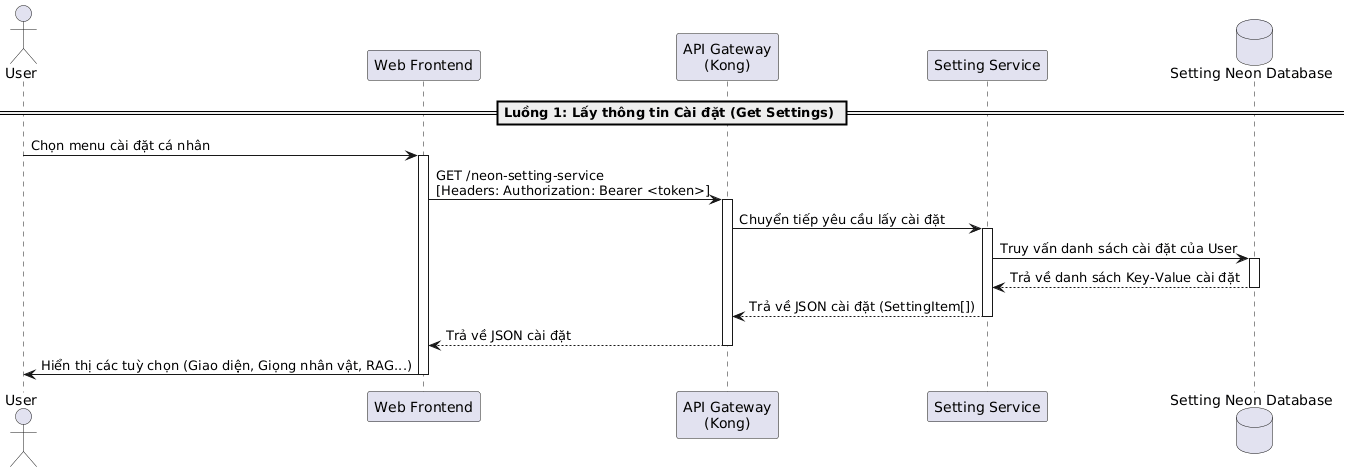
The PlantUML diagram temp/05-sequence/UML-Sequence-15.png in 20206205Tech/docs-uml, before a commit.
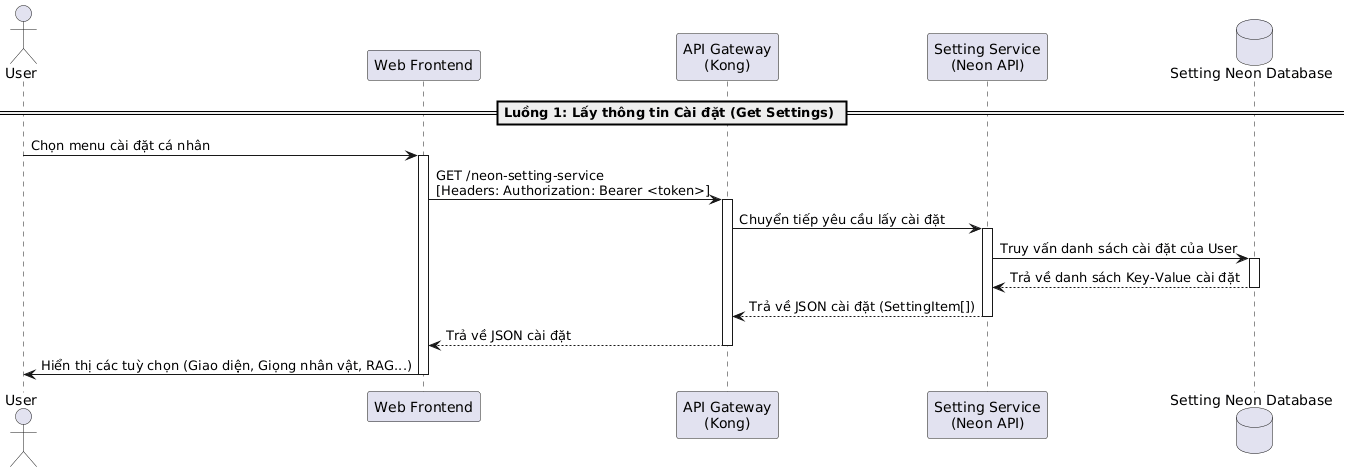
After the change.

The edit, as a diff of the source:
```diff
@@ -2,7 +2,7 @@
 actor "User" as User
 participant "Web Frontend" as Frontend
 participant "API Gateway\n(Kong)" as Kong
-participant "Setting Service" as SettingService
+participant "Setting Service\n(Neon API)" as SettingService
 database "Setting Neon Database" as DB
 
 == Luồng 1: Lấy thông tin Cài đặt (Get Settings) ==
```
